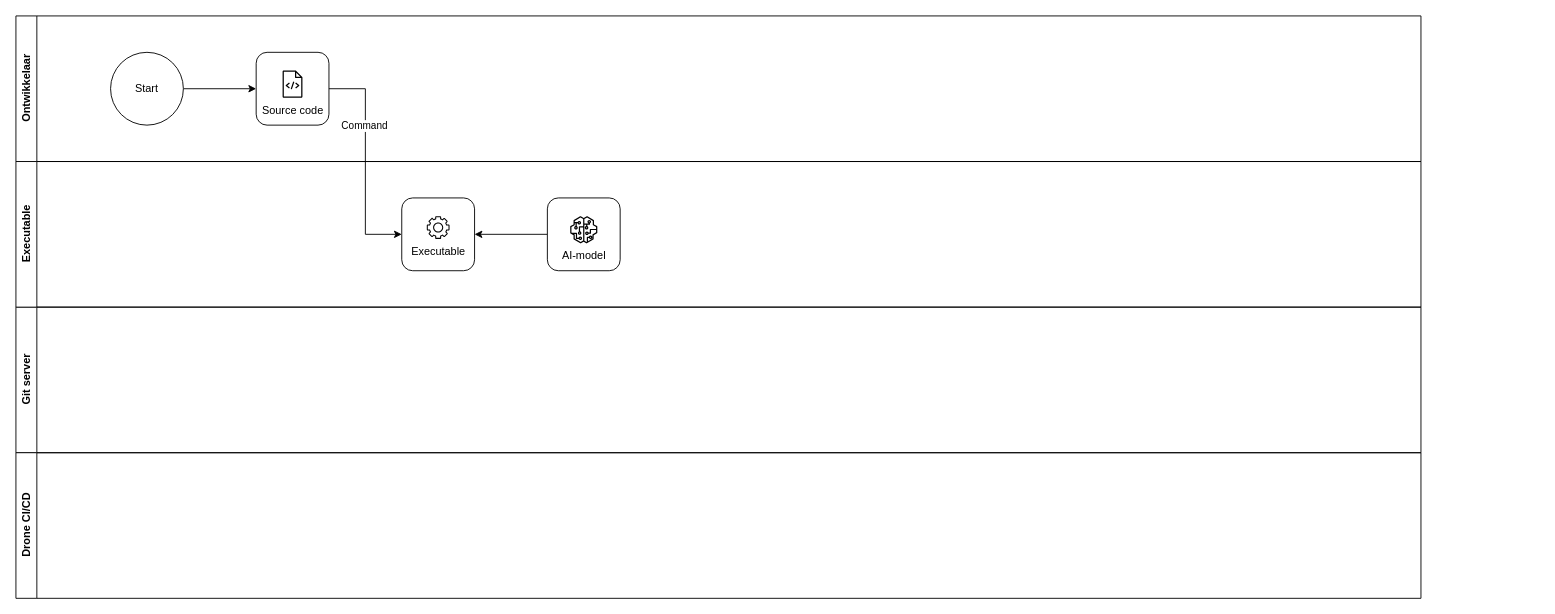
The draw.io diagram page "Executable" (12 of 13) of cli app.drawio in luukvankooten/draw.io, before the edit. Source tidied: cells renumbered, new cells numbered last; positions are measured from the earlier drawing's top-left corner, leaving out a move shared by most shapes. Both pictures are drawn from the tidied source at 91%, with x=0, y=0 at pixel (15, 15).
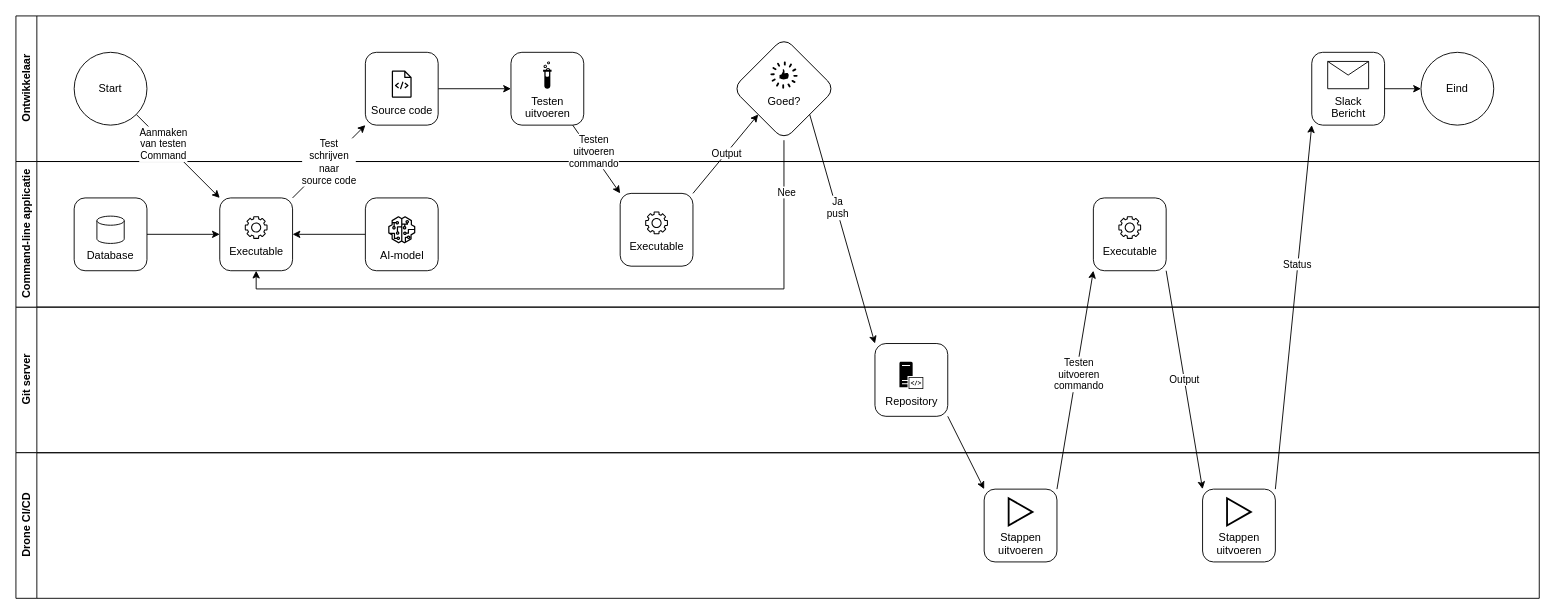
The same page after the edit.

What changed in the source:
```diff
@@
     <mxCell id="2" value="Ontwikkelaar" style="swimlane;horizontal=0;whiteSpace=wrap;html=1;" parent="1" vertex="1">
-      <mxGeometry width="1544" height="160" as="geometry" />
+      <mxGeometry width="1674" height="160" as="geometry" />
     </mxCell>
-    <mxCell id="3" style="edgeStyle=orthogonalEdgeStyle;rounded=0;jettySize=auto;html=1;" parent="2" edge="1" source="4" target="5">
-      <mxGeometry relative="1" as="geometry" />
-    </mxCell>
     <mxCell id="4" value="Start" style="ellipse;whiteSpace=wrap;html=1;" parent="2" vertex="1">
-      <mxGeometry x="104" y="40" width="80" height="80" as="geometry" />
+      <mxGeometry x="64" y="40" width="80" height="80" as="geometry" />
     </mxCell>
-    <mxCell id="5" style="whiteSpace=wrap;html=1;rounded=1;" parent="2" vertex="1">
-      <mxGeometry x="264" y="40" width="80" height="80" as="geometry" />
-    </mxCell>
+    <mxCell id="17" style="edgeStyle=orthogonalEdgeStyle;rounded=0;jettySize=auto;html=1;" parent="2" edge="1" source="18" target="19">
+      <mxGeometry relative="1" as="geometry" />
+    </mxCell>
+    <mxCell id="18" style="whiteSpace=wrap;html=1;rounded=1;" parent="2" vertex="1">
+      <mxGeometry x="384" y="40" width="80" height="80" as="geometry" />
+    </mxCell>
     <mxCell id="6" value="&lt;font color=&quot;#000000&quot;&gt;Source code&lt;/font&gt;" style="sketch=0;fontColor=#232F3E;gradientColor=none;fillColor=#000000;strokeColor=none;dashed=0;verticalLabelPosition=bottom;verticalAlign=top;align=center;html=1;fontSize=12;fontStyle=0;shape=mxgraph.aws4.source_code;" parent="2" vertex="1">
-      <mxGeometry x="293" y="60" width="21.9" height="30" as="geometry" />
+      <mxGeometry x="413" y="60" width="21.9" height="30" as="geometry" />
     </mxCell>
+    <mxCell id="19" style="whiteSpace=wrap;html=1;rounded=1;" parent="2" vertex="1">
+      <mxGeometry x="544" y="40" width="80" height="80" as="geometry" />
+    </mxCell>
+    <mxCell id="20" value="&lt;div&gt;Testen&lt;/div&gt;&lt;div&gt;uitvoeren&lt;br&gt;&lt;/div&gt;" style="sketch=0;html=1;strokeColor=none;shadow=0;fillColor=#000000;verticalAlign=top;labelPosition=center;verticalLabelPosition=bottom;shape=mxgraph.gcp2.biomedical_test_tube;" parent="2" vertex="1">
+      <mxGeometry x="579.3" y="50" width="9.3" height="30" as="geometry" />
+    </mxCell>
+    <mxCell id="21" style="rounded=1;whiteSpace=wrap;html=1;glass=0;rotation=-45;" parent="2" vertex="1">
+      <mxGeometry x="804" y="40" width="80" height="80" as="geometry" />
+    </mxCell>
+    <mxCell id="22" value="Goed?" style="sketch=0;html=1;strokeColor=none;shadow=0;fillColor=#000000;verticalAlign=top;labelPosition=center;verticalLabelPosition=bottom;shape=mxgraph.gcp2.thumbs_up;" parent="2" vertex="1">
+      <mxGeometry x="829" y="50" width="30" height="30" as="geometry" />
+    </mxCell>
+    <mxCell id="23" style="rounded=1;whiteSpace=wrap;html=1;" parent="2" vertex="1">
+      <mxGeometry x="1424" y="40" width="80" height="80" as="geometry" />
+    </mxCell>
+    <mxCell id="24" value="&lt;div&gt;Slack&lt;/div&gt;&lt;div&gt;Bericht&lt;br&gt;&lt;/div&gt;" style="shape=message;html=1;html=1;labelPosition=center;verticalLabelPosition=bottom;align=center;verticalAlign=top;" parent="2" vertex="1">
+      <mxGeometry x="1441.5" y="50" width="45" height="30" as="geometry" />
+    </mxCell>
+    <mxCell id="25" value="Eind" style="ellipse;whiteSpace=wrap;html=1;" parent="2" vertex="1">
+      <mxGeometry x="1544" y="40" width="80" height="80" as="geometry" />
+    </mxCell>
+    <mxCell id="26" style="edgeStyle=orthogonalEdgeStyle;rounded=0;jettySize=auto;html=1;" parent="2" edge="1" source="23" target="25">
+      <mxGeometry relative="1" as="geometry" />
+    </mxCell>
     <mxCell id="7" value="&lt;div&gt;Git server&lt;/div&gt;" style="swimlane;horizontal=0;whiteSpace=wrap;html=1;" parent="1" vertex="1">
-      <mxGeometry y="320" width="1544" height="160" as="geometry" />
+      <mxGeometry y="320" width="1674" height="160" as="geometry" />
     </mxCell>
+    <mxCell id="27" style="rounded=1;whiteSpace=wrap;html=1;glass=0;" parent="7" vertex="1">
+      <mxGeometry x="944" y="40" width="80" height="80" as="geometry" />
+    </mxCell>
+    <mxCell id="28" value="Repository" style="sketch=0;shadow=0;dashed=0;html=1;strokeColor=none;fillColor=#000000;labelPosition=center;verticalLabelPosition=bottom;verticalAlign=top;align=center;shape=mxgraph.office.servers.server_side_code;" parent="7" vertex="1">
+      <mxGeometry x="970.9" y="60" width="26.2" height="30" as="geometry" />
+    </mxCell>
     <mxCell id="8" value="Drone CI/CD" style="swimlane;horizontal=0;whiteSpace=wrap;html=1;" parent="1" vertex="1">
-      <mxGeometry y="480" width="1544" height="160" as="geometry" />
+      <mxGeometry y="480" width="1674" height="160" as="geometry" />
     </mxCell>
+    <mxCell id="29" style="rounded=1;whiteSpace=wrap;html=1;" parent="8" vertex="1">
+      <mxGeometry x="1064" y="40" width="80" height="80" as="geometry" />
+    </mxCell>
+    <mxCell id="30" value="&lt;div&gt;Stappen&lt;br&gt;&lt;/div&gt;&lt;div&gt;uitvoeren&lt;/div&gt;" style="html=1;verticalLabelPosition=bottom;align=center;labelBackgroundColor=#ffffff;verticalAlign=top;strokeWidth=2;strokeColor=#000000;shadow=0;dashed=0;shape=mxgraph.ios7.icons.play;fillColor=none;" parent="8" vertex="1">
+      <mxGeometry x="1090.9" y="50" width="26.2" height="30" as="geometry" />
+    </mxCell>
+    <mxCell id="31" style="rounded=1;whiteSpace=wrap;html=1;" parent="8" vertex="1">
+      <mxGeometry x="1304" y="40" width="80" height="80" as="geometry" />
+    </mxCell>
+    <mxCell id="32" value="&lt;div&gt;Stappen&lt;br&gt;&lt;/div&gt;&lt;div&gt;uitvoeren&lt;/div&gt;" style="html=1;verticalLabelPosition=bottom;align=center;labelBackgroundColor=#ffffff;verticalAlign=top;strokeWidth=2;strokeColor=#000000;shadow=0;dashed=0;shape=mxgraph.ios7.icons.play;fillColor=none;" parent="8" vertex="1">
+      <mxGeometry x="1330.9" y="50" width="26.2" height="30" as="geometry" />
+    </mxCell>
-    <mxCell id="9" value="&lt;div&gt;Executable&lt;/div&gt;" style="swimlane;horizontal=0;whiteSpace=wrap;html=1;" parent="1" vertex="1">
-      <mxGeometry y="160" width="1544" height="160" as="geometry" />
+    <mxCell id="9" value="Command-line applicatie" style="swimlane;horizontal=0;whiteSpace=wrap;html=1;" parent="1" vertex="1">
+      <mxGeometry y="160" width="1674" height="160" as="geometry" />
     </mxCell>
     <mxCell id="10" style="rounded=1;whiteSpace=wrap;html=1;" parent="9" vertex="1">
-      <mxGeometry x="424" y="40" width="80" height="80" as="geometry" />
+      <mxGeometry x="224" y="40" width="80" height="80" as="geometry" />
     </mxCell>
     <mxCell id="11" value="&lt;font color=&quot;#000000&quot;&gt;Executable&lt;/font&gt;" style="sketch=0;fontColor=#232F3E;gradientColor=none;fillColor=#000000;strokeColor=none;dashed=0;verticalLabelPosition=bottom;verticalAlign=top;align=center;html=1;fontSize=12;fontStyle=0;shape=mxgraph.aws4.gear;" parent="9" vertex="1">
-      <mxGeometry x="451.5" y="60" width="25" height="25" as="geometry" />
+      <mxGeometry x="251.5" y="60" width="25" height="25" as="geometry" />
     </mxCell>
@@
     <mxCell id="13" style="rounded=1;whiteSpace=wrap;html=1;" parent="9" vertex="1">
-      <mxGeometry x="584" y="40" width="80" height="80" as="geometry" />
+      <mxGeometry x="384" y="40" width="80" height="80" as="geometry" />
     </mxCell>
     <mxCell id="14" value="&lt;font color=&quot;#000000&quot;&gt;AI-model&lt;/font&gt;" style="sketch=0;fontColor=#232F3E;gradientColor=none;fillColor=#000000;strokeColor=none;dashed=0;verticalLabelPosition=bottom;verticalAlign=top;align=center;html=1;fontSize=12;fontStyle=0;shape=mxgraph.aws4.sagemaker_model;" parent="9" vertex="1">
-      <mxGeometry x="609" y="60" width="30" height="30" as="geometry" />
+      <mxGeometry x="409" y="60" width="30" height="30" as="geometry" />
     </mxCell>
+    <mxCell id="33" style="edgeStyle=orthogonalEdgeStyle;rounded=0;jettySize=auto;html=1;" parent="9" edge="1" source="34" target="10">
+      <mxGeometry relative="1" as="geometry" />
+    </mxCell>
+    <mxCell id="34" style="rounded=1;whiteSpace=wrap;html=1;" parent="9" vertex="1">
+      <mxGeometry x="64" y="40" width="80" height="80" as="geometry" />
+    </mxCell>
+    <mxCell id="35" value="Database" style="strokeWidth=1;html=1;shape=mxgraph.flowchart.database;whiteSpace=wrap;labelPosition=center;verticalLabelPosition=bottom;align=center;verticalAlign=top;" parent="9" vertex="1">
+      <mxGeometry x="89" y="60" width="30" height="30" as="geometry" />
+    </mxCell>
+    <mxCell id="36" style="rounded=1;whiteSpace=wrap;html=1;" parent="9" vertex="1">
+      <mxGeometry x="664" y="35" width="80" height="80" as="geometry" />
+    </mxCell>
+    <mxCell id="37" value="&lt;font color=&quot;#000000&quot;&gt;Executable&lt;/font&gt;" style="sketch=0;fontColor=#232F3E;gradientColor=none;fillColor=#000000;strokeColor=none;dashed=0;verticalLabelPosition=bottom;verticalAlign=top;align=center;html=1;fontSize=12;fontStyle=0;shape=mxgraph.aws4.gear;" parent="9" vertex="1">
+      <mxGeometry x="691.5" y="55" width="25" height="25" as="geometry" />
+    </mxCell>
+    <mxCell id="38" style="rounded=1;whiteSpace=wrap;html=1;" parent="9" vertex="1">
+      <mxGeometry x="1184" y="40" width="80" height="80" as="geometry" />
+    </mxCell>
+    <mxCell id="39" value="&lt;font color=&quot;#000000&quot;&gt;Executable&lt;/font&gt;" style="sketch=0;fontColor=#232F3E;gradientColor=none;fillColor=#000000;strokeColor=none;dashed=0;verticalLabelPosition=bottom;verticalAlign=top;align=center;html=1;fontSize=12;fontStyle=0;shape=mxgraph.aws4.gear;" parent="9" vertex="1">
+      <mxGeometry x="1211.5" y="60" width="25" height="25" as="geometry" />
+    </mxCell>
-    <mxCell id="15" style="edgeStyle=orthogonalEdgeStyle;rounded=0;jettySize=auto;html=1;entryX=0;entryY=0.5;entryDx=0;entryDy=0;" parent="1" edge="1" source="5" target="10">
+    <mxCell id="15" style="rounded=0;jettySize=auto;html=1;entryX=0;entryY=0;entryDx=0;entryDy=0;exitX=1;exitY=1;exitDx=0;exitDy=0;" parent="1" edge="1" source="4" target="10">
       <mxGeometry relative="1" as="geometry" />
     </mxCell>
-    <mxCell id="16" value="Command" style="edgeLabel;html=1;align=center;verticalAlign=middle;" parent="15" vertex="1">
+    <mxCell id="16" value="&lt;div&gt;Aanmaken&lt;/div&gt;&lt;div&gt;van testen&lt;br&gt;&lt;/div&gt;&lt;div&gt;Command&lt;/div&gt;" style="edgeLabel;html=1;align=center;verticalAlign=middle;" parent="15" vertex="1">
       <mxGeometry x="-0.33" y="-2" relative="1" as="geometry" />
     </mxCell>
+    <mxCell id="40" style="rounded=0;jettySize=auto;html=1;entryX=0;entryY=1;entryDx=0;entryDy=0;exitX=1;exitY=0;exitDx=0;exitDy=0;" parent="1" edge="1" source="10" target="18">
+      <mxGeometry relative="1" as="geometry" />
+    </mxCell>
+    <mxCell id="41" value="&lt;div&gt;Test &lt;br&gt;&lt;/div&gt;&lt;div&gt;schrijven&lt;/div&gt;&lt;div&gt;naar&lt;/div&gt;source code" style="edgeLabel;html=1;align=center;verticalAlign=middle;" parent="40" vertex="1">
+      <mxGeometry x="0.37" y="-1" relative="1" as="geometry">
+        <mxPoint x="-16" y="14" as="offset" />
+      </mxGeometry>
+    </mxCell>
+    <mxCell id="42" style="rounded=0;jettySize=auto;html=1;entryX=0;entryY=0;entryDx=0;entryDy=0;" parent="1" edge="1" source="19" target="36">
+      <mxGeometry relative="1" as="geometry" />
+    </mxCell>
+    <mxCell id="43" value="&lt;div&gt;Testen&lt;/div&gt;&lt;div&gt;uitvoeren&lt;br&gt;&lt;/div&gt;&lt;div&gt;commando&lt;/div&gt;" style="edgeLabel;html=1;align=center;verticalAlign=middle;" parent="42" vertex="1">
+      <mxGeometry x="-0.22" y="2" relative="1" as="geometry" />
+    </mxCell>
+    <mxCell id="44" style="rounded=0;jettySize=auto;html=1;entryX=0;entryY=0.5;entryDx=0;entryDy=0;exitX=1;exitY=0;exitDx=0;exitDy=0;" parent="1" edge="1" source="36" target="21">
+      <mxGeometry relative="1" as="geometry" />
+    </mxCell>
+    <mxCell id="45" value="Output" style="edgeLabel;html=1;align=center;verticalAlign=middle;" parent="44" vertex="1">
+      <mxGeometry x="0.03" relative="1" as="geometry" />
+    </mxCell>
+    <mxCell id="46" style="edgeStyle=orthogonalEdgeStyle;rounded=0;jettySize=auto;html=1;entryX=0.5;entryY=1;entryDx=0;entryDy=0;" parent="1" edge="1" source="21" target="10">
+      <mxGeometry relative="1" as="geometry">
+        <Array as="points">
+          <mxPoint x="844" y="300" />
+          <mxPoint x="264" y="300" />
+        </Array>
+      </mxGeometry>
+    </mxCell>
+    <mxCell id="47" value="Nee" style="edgeLabel;html=1;align=center;verticalAlign=middle;" parent="46" vertex="1">
+      <mxGeometry x="-0.85" y="2" relative="1" as="geometry" />
+    </mxCell>
+    <mxCell id="48" style="rounded=0;jettySize=auto;html=1;entryX=0;entryY=0;entryDx=0;entryDy=0;exitX=0.5;exitY=1;exitDx=0;exitDy=0;" parent="1" edge="1" source="21" target="27">
+      <mxGeometry relative="1" as="geometry" />
+    </mxCell>
+    <mxCell id="49" value="&lt;div&gt;Ja&lt;/div&gt;&lt;div&gt;push&lt;br&gt;&lt;/div&gt;" style="edgeLabel;html=1;align=center;verticalAlign=middle;" parent="48" vertex="1">
+      <mxGeometry x="0.18" y="-1" relative="1" as="geometry">
+        <mxPoint x="-11" y="-46" as="offset" />
+      </mxGeometry>
+    </mxCell>
+    <mxCell id="50" style="rounded=0;jettySize=auto;html=1;entryX=0;entryY=0;entryDx=0;entryDy=0;exitX=1;exitY=1;exitDx=0;exitDy=0;" parent="1" edge="1" source="27" target="29">
+      <mxGeometry relative="1" as="geometry" />
+    </mxCell>
+    <mxCell id="51" style="rounded=0;jettySize=auto;html=1;entryX=0;entryY=1;entryDx=0;entryDy=0;exitX=1;exitY=0;exitDx=0;exitDy=0;" parent="1" edge="1" source="29" target="38">
+      <mxGeometry relative="1" as="geometry" />
+    </mxCell>
+    <mxCell id="52" value="&lt;div&gt;Testen&lt;/div&gt;&lt;div&gt;uitvoeren&lt;br&gt;&lt;/div&gt;&lt;div&gt;commando&lt;/div&gt;" style="edgeLabel;html=1;align=center;verticalAlign=middle;" parent="51" vertex="1">
+      <mxGeometry x="0.06" y="-2" relative="1" as="geometry" />
+    </mxCell>
+    <mxCell id="53" value="Output" style="rounded=0;jettySize=auto;html=1;entryX=0;entryY=0;entryDx=0;entryDy=0;exitX=1;exitY=1;exitDx=0;exitDy=0;" parent="1" edge="1" source="38" target="31">
+      <mxGeometry relative="1" as="geometry" />
+    </mxCell>
+    <mxCell id="54" style="rounded=0;jettySize=auto;html=1;entryX=0;entryY=1;entryDx=0;entryDy=0;exitX=1;exitY=0;exitDx=0;exitDy=0;" parent="1" edge="1" source="31" target="23">
+      <mxGeometry relative="1" as="geometry" />
+    </mxCell>
+    <mxCell id="55" value="Status" style="edgeLabel;html=1;align=center;verticalAlign=middle;" parent="54" vertex="1">
+      <mxGeometry x="0.24" y="1" relative="1" as="geometry" />
+    </mxCell>
```
